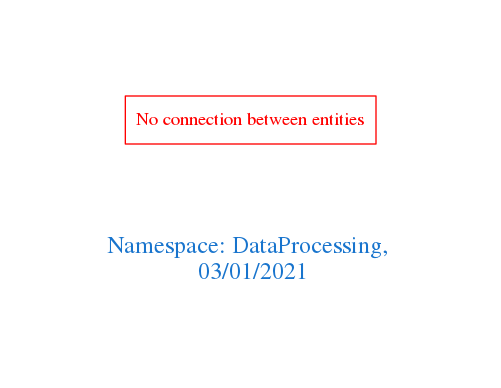
Earlier version of the Graphviz export downloads/DataProcessing.png (arago/OGIT). Its source is kept beside it as downloads/DataProcessing.dot.
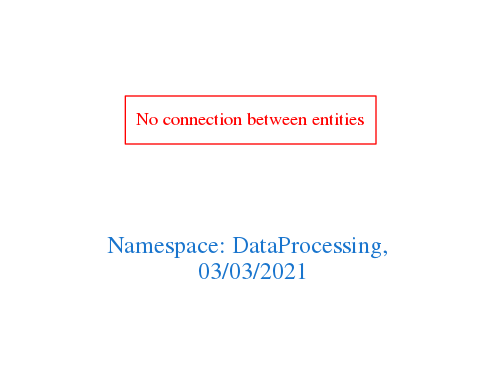
After the commit.

The edit, as a diff of the source:
```diff
@@ -1,7 +1,7 @@
 digraph OGIT_ontology {
  graph [ rankdir= LR,pad=1
 fontsize = 18,
-fontcolor= dodgerblue3,label = "\n\n\nNamespace: DataProcessing, \n 03/01/2021"];
+fontcolor= dodgerblue3,label = "\n\n\nNamespace: DataProcessing, \n 03/03/2021"];
 node[shape=polygon];
 edge [  color="gray81"];
 
```
